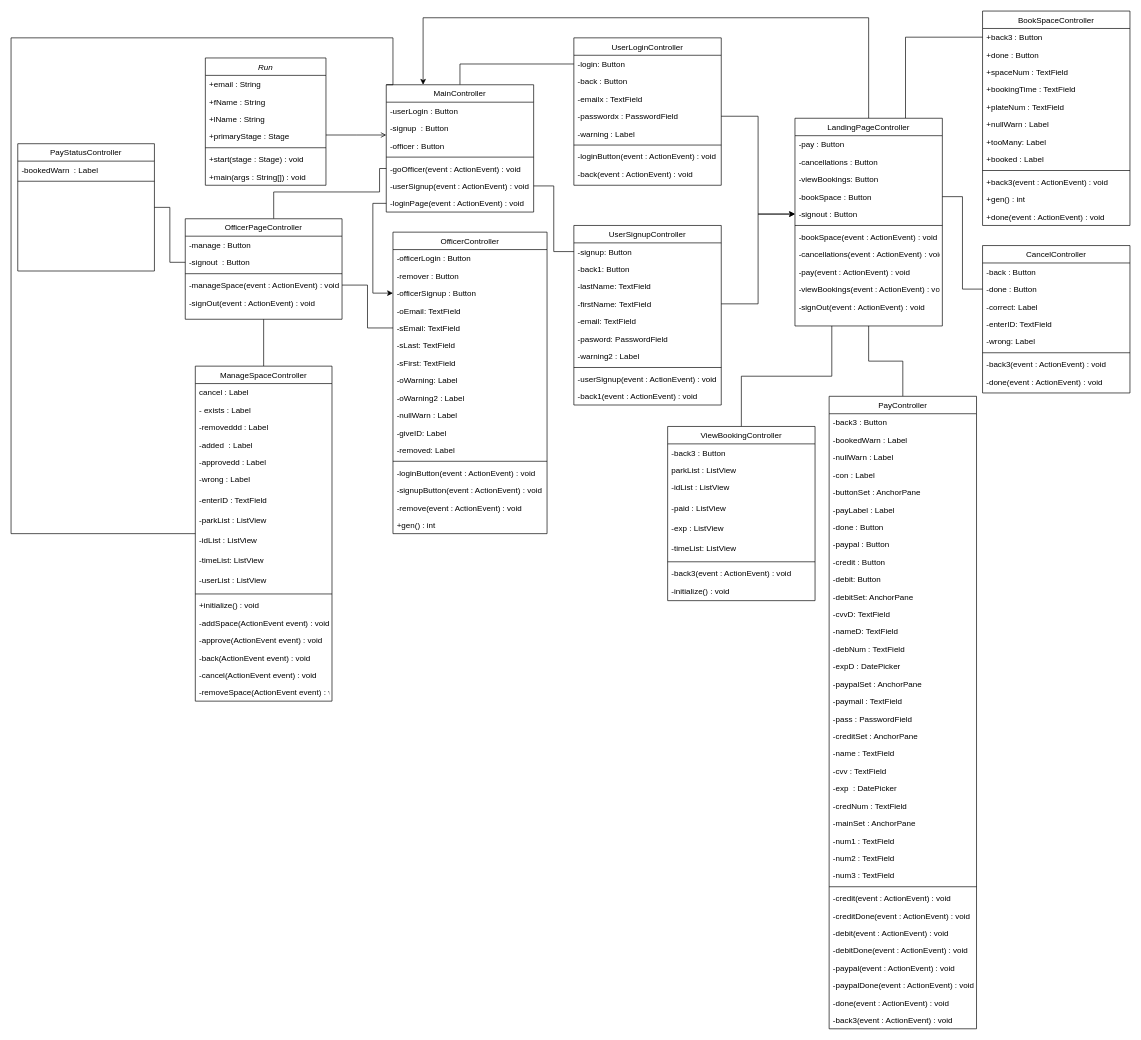
nourinjh/ExpressParking keeps this draw.io diagram as EECS3311-Project/documents/ExpressParkingDiagram.drawio. Above is the earlier version. Source tidied: cells renumbered, new cells numbered last; positions are measured from the earlier drawing's top-left corner, leaving out a move shared by most shapes. Both pictures are drawn from the tidied source at 67%, with x=0, y=0 at pixel (11, 11).
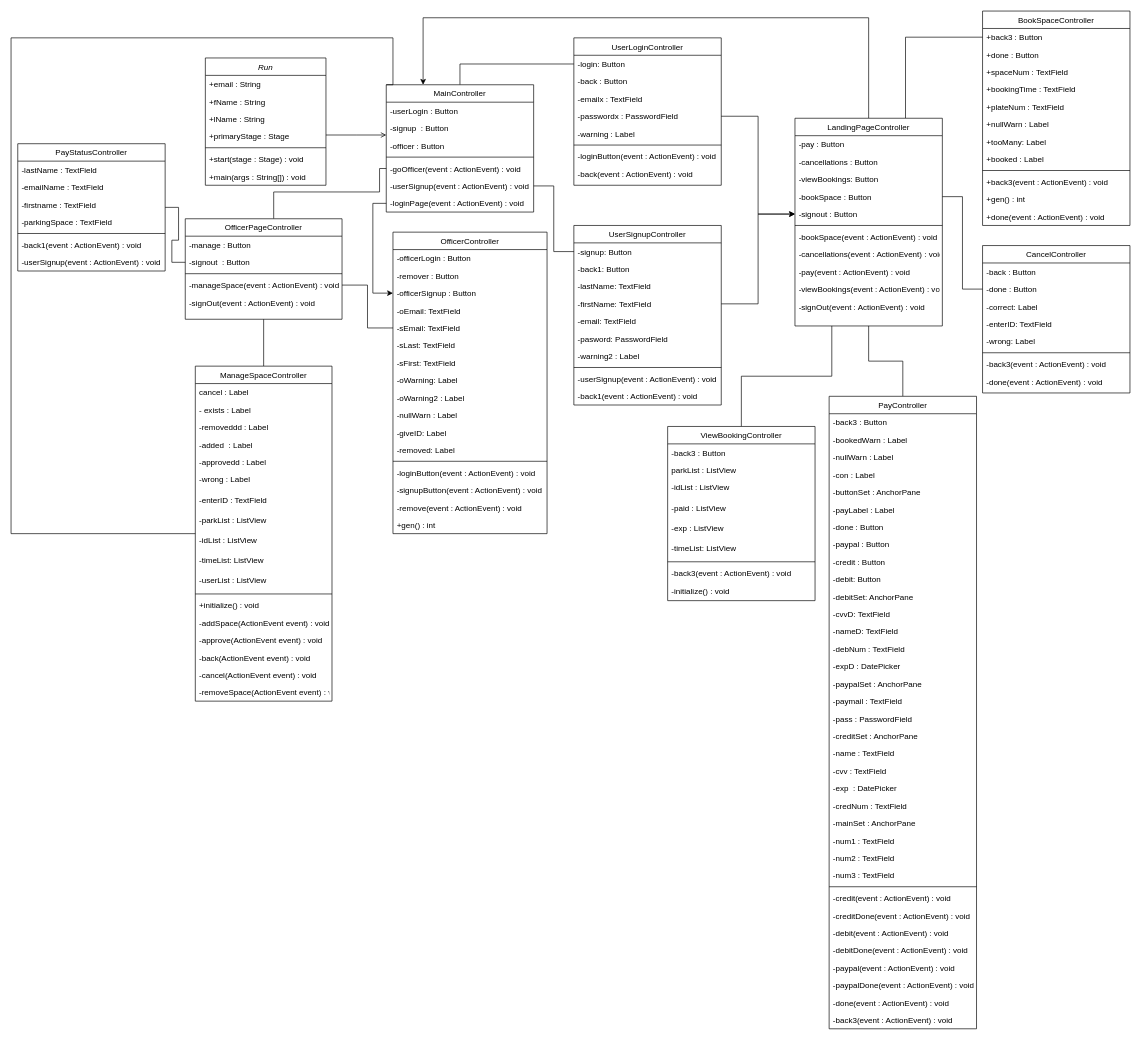
The same diagram, later.

Diff of the diagram source:
```diff
@@
     <mxCell id="177" value="PayStatusController" style="swimlane;fontStyle=0;align=center;verticalAlign=top;horizontal=1;startSize=26;rounded=0;shadow=0;strokeWidth=1;" parent="1" vertex="1">
-      <mxGeometry x="10" y="198" width="204" height="190" as="geometry" />
+      <mxGeometry x="10" y="198" width="220" height="190" as="geometry" />
     </mxCell>
-    <mxCell id="178" value="-bookedWarn  : Label" style="text;align=left;verticalAlign=top;spacingLeft=4;spacingRight=4;overflow=hidden;rounded=0;shadow=0;html=0;" parent="177" vertex="1">
-      <mxGeometry y="26" width="204" height="26" as="geometry" />
+    <mxCell id="178" value="-lastName : TextField" style="text;align=left;verticalAlign=top;spacingLeft=4;spacingRight=4;overflow=hidden;rounded=0;shadow=0;html=0;" parent="177" vertex="1">
+      <mxGeometry y="26" width="220" height="26" as="geometry" />
     </mxCell>
+    <mxCell id="181" value="-emailName : TextField" style="text;align=left;verticalAlign=top;spacingLeft=4;spacingRight=4;overflow=hidden;rounded=0;shadow=0;html=0;" parent="177" vertex="1">
+      <mxGeometry y="52" width="220" height="26" as="geometry" />
+    </mxCell>
+    <mxCell id="182" value="-firstname : TextField" style="text;align=left;verticalAlign=top;spacingLeft=4;spacingRight=4;overflow=hidden;rounded=0;shadow=0;html=0;" parent="177" vertex="1">
+      <mxGeometry y="78" width="220" height="26" as="geometry" />
+    </mxCell>
+    <mxCell id="183" value="-parkingSpace : TextField" style="text;align=left;verticalAlign=top;spacingLeft=4;spacingRight=4;overflow=hidden;rounded=0;shadow=0;html=0;" parent="177" vertex="1">
+      <mxGeometry y="104" width="220" height="26" as="geometry" />
+    </mxCell>
     <mxCell id="179" style="line;html=1;strokeWidth=1;align=left;verticalAlign=middle;spacingTop=-1;spacingLeft=3;spacingRight=3;labelPosition=right;" parent="177" vertex="1">
-      <mxGeometry y="52" width="204" height="8" as="geometry" />
+      <mxGeometry y="130" width="220" height="8" as="geometry" />
     </mxCell>
+    <mxCell id="184" value="-back1(event : ActionEvent) : void" style="text;align=left;verticalAlign=top;spacingLeft=4;spacingRight=4;overflow=hidden;" parent="177" vertex="1">
+      <mxGeometry y="138" width="220" height="26" as="geometry" />
+    </mxCell>
+    <mxCell id="185" value="-userSignup(event : ActionEvent) : void" style="text;align=left;verticalAlign=top;spacingLeft=4;spacingRight=4;overflow=hidden;" parent="177" vertex="1">
+      <mxGeometry y="164" width="220" height="26" as="geometry" />
+    </mxCell>
```
